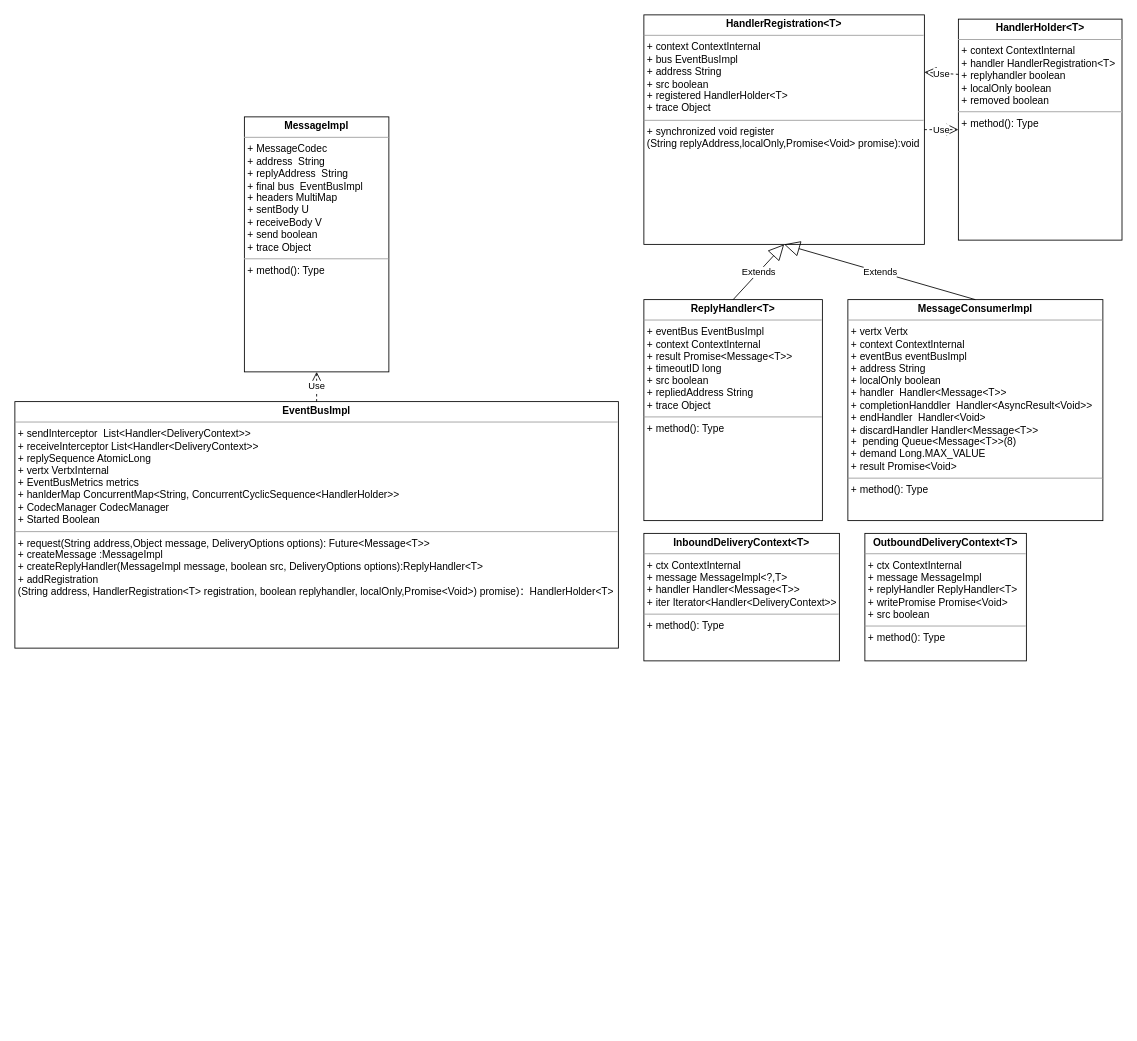
Echidnaaa/draw keeps this draw.io diagram as page "EventBus" (2 of 2) of VertX.drawio. Above is the earlier version. Source tidied: cells renumbered, new cells numbered last; positions are measured from the earlier drawing's top-left corner, leaving out a move shared by most shapes. Both pictures are drawn from the tidied source at 85%, with x=0, y=0 at pixel (14, 14).
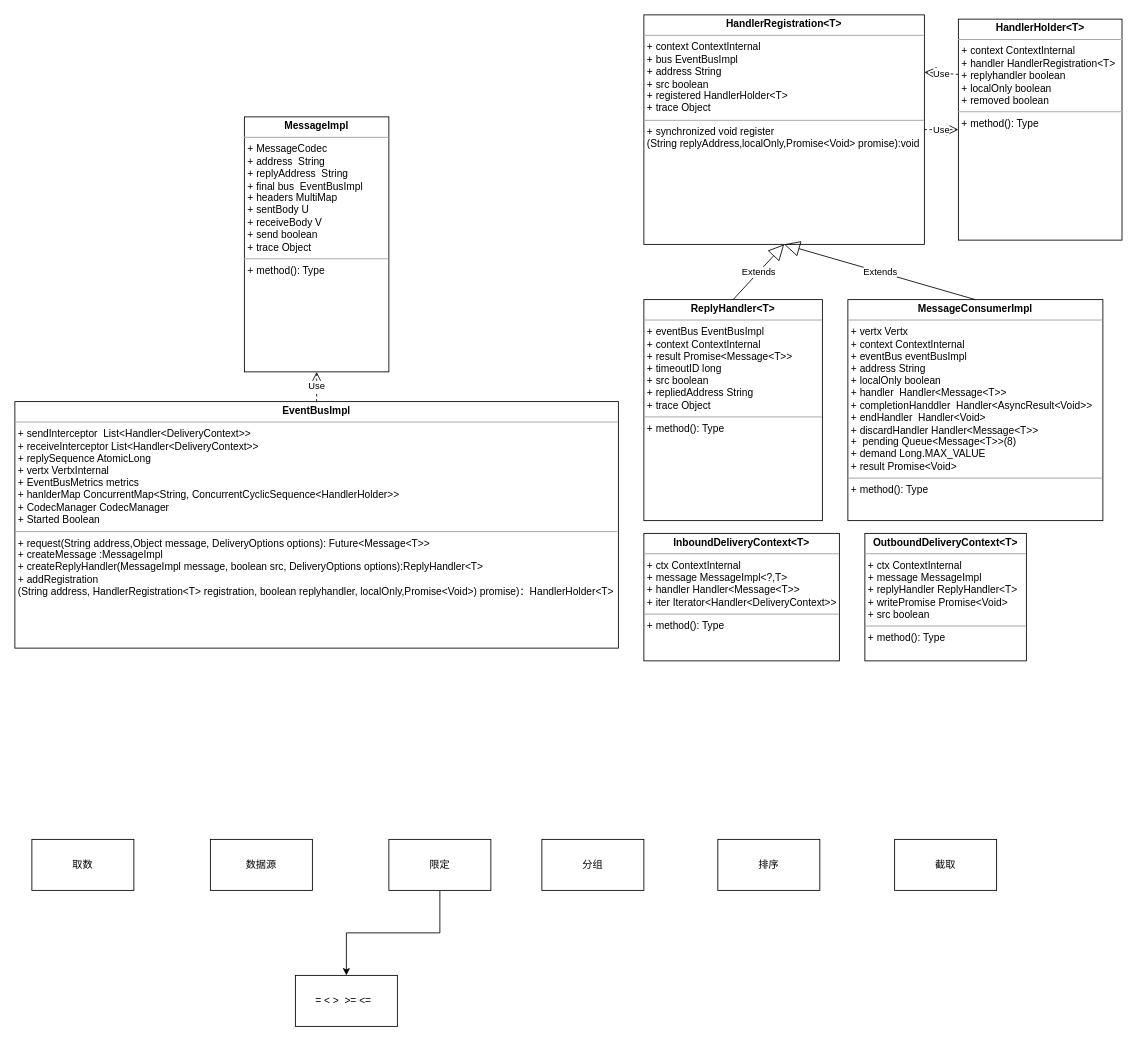
The same page after the edit.

Diff of the diagram source:
```diff
@@
+    <mxCell id="15" value="取数" style="rounded=0;whiteSpace=wrap;html=1;" parent="1" vertex="1">
+      <mxGeometry x="20" y="970" width="120" height="60" as="geometry" />
+    </mxCell>
+    <mxCell id="16" value="数据源" style="rounded=0;whiteSpace=wrap;html=1;" parent="1" vertex="1">
+      <mxGeometry x="230" y="970" width="120" height="60" as="geometry" />
+    </mxCell>
+    <mxCell id="17" style="edgeStyle=orthogonalEdgeStyle;rounded=0;jettySize=auto;html=1;entryX=0.5;entryY=0;entryDx=0;entryDy=0;" parent="1" edge="1" source="18" target="22">
+      <mxGeometry relative="1" as="geometry" />
+    </mxCell>
+    <mxCell id="18" value="限定" style="rounded=0;whiteSpace=wrap;html=1;" parent="1" vertex="1">
+      <mxGeometry x="440" y="970" width="120" height="60" as="geometry" />
+    </mxCell>
+    <mxCell id="19" value="分组" style="rounded=0;whiteSpace=wrap;html=1;" parent="1" vertex="1">
+      <mxGeometry x="620" y="970" width="120" height="60" as="geometry" />
+    </mxCell>
+    <mxCell id="20" value="排序" style="rounded=0;whiteSpace=wrap;html=1;" parent="1" vertex="1">
+      <mxGeometry x="827" y="970" width="120" height="60" as="geometry" />
+    </mxCell>
+    <mxCell id="21" value="截取" style="rounded=0;whiteSpace=wrap;html=1;" parent="1" vertex="1">
+      <mxGeometry x="1035" y="970" width="120" height="60" as="geometry" />
+    </mxCell>
+    <mxCell id="22" value="= &amp;lt; &amp;gt;&amp;nbsp; &amp;gt;= &amp;lt;=&amp;nbsp;&amp;nbsp;" style="whiteSpace=wrap;html=1;" parent="1" vertex="1">
+      <mxGeometry x="330" y="1130" width="120" height="60" as="geometry" />
+    </mxCell>
```
